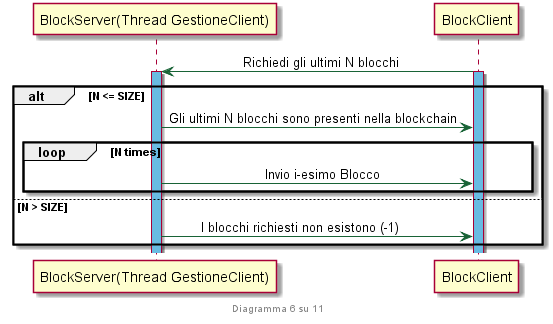
antdimarino/Computer-Networks-BlockChain keeps this PlantUML diagram as SequenceDiagram/schema6.png. Above is the earlier version.
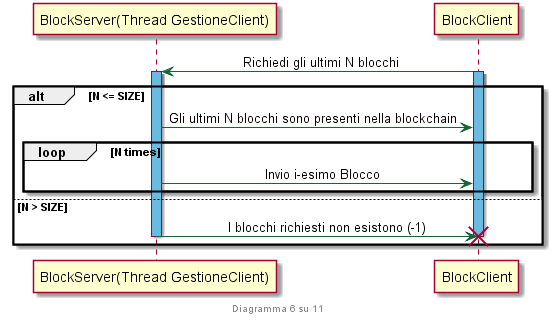
Later version of the same file.

Change to the diagram source:
```diff
@@ -4,22 +4,22 @@
 }
 
 footer Diagramma 6 su 11
-
+participant BlockClient
 participant	"BlockServer(Thread GestioneClient)"
 participant	BlockClient
 
 BlockClient -> "BlockServer(Thread GestioneClient)": \t\tRichiedi gli ultimi N blocchi
 activate "BlockServer(Thread GestioneClient)" #69bbe2
 activate BlockClient #69bbe2
-
 alt N <= SIZE
 	"BlockServer(Thread GestioneClient)" -> BlockClient: Gli ultimi N blocchi sono presenti nella blockchain
 	loop N times
 		"BlockServer(Thread GestioneClient)" -> BlockClient: \t\t\tInvio i-esimo Blocco
 	end
 else N > SIZE
-
-	"BlockServer(Thread GestioneClient)" -> BlockClient: \tI blocchi richiesti non esistono (-1)
+	"BlockServer(Thread GestioneClient)" -> BlockClient !!: \t\tI blocchi richiesti non esistono (-1)
+	deactivate BlockClient
+	deactivate "BlockServer(Thread GestioneClient)"
 end
 
 @enduml
```
